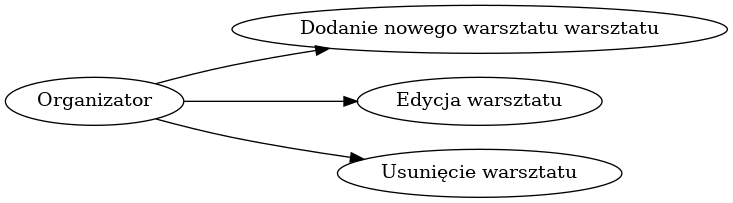
The Graphviz diagram przypadki.png in zyla/iop_konferencja, before a commit. Its source is kept beside it as przypadki.dot.
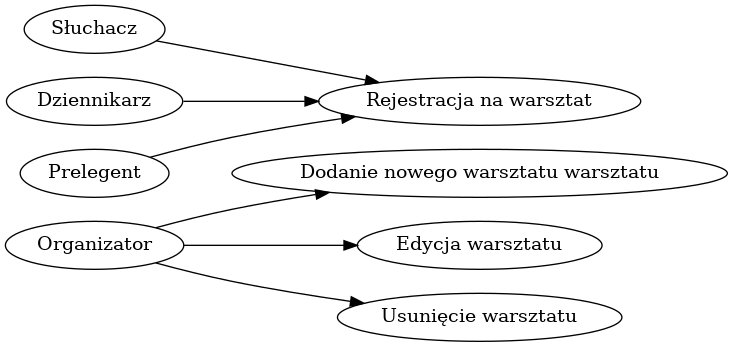
After the change.

The edit, as a diff of the source:
```diff
@@ -1,4 +1,7 @@
 digraph { rankdir=LR; "Organizator" -> "Dodanie nowego warsztatu warsztatu"
 "Organizator" -> "Edycja warsztatu"
 "Organizator" -> "Usunięcie warsztatu"
+"Słuchacz" -> "Rejestracja na warsztat"
+"Dziennikarz" -> "Rejestracja na warsztat"
+"Prelegent" -> "Rejestracja na warsztat"
  }
```
